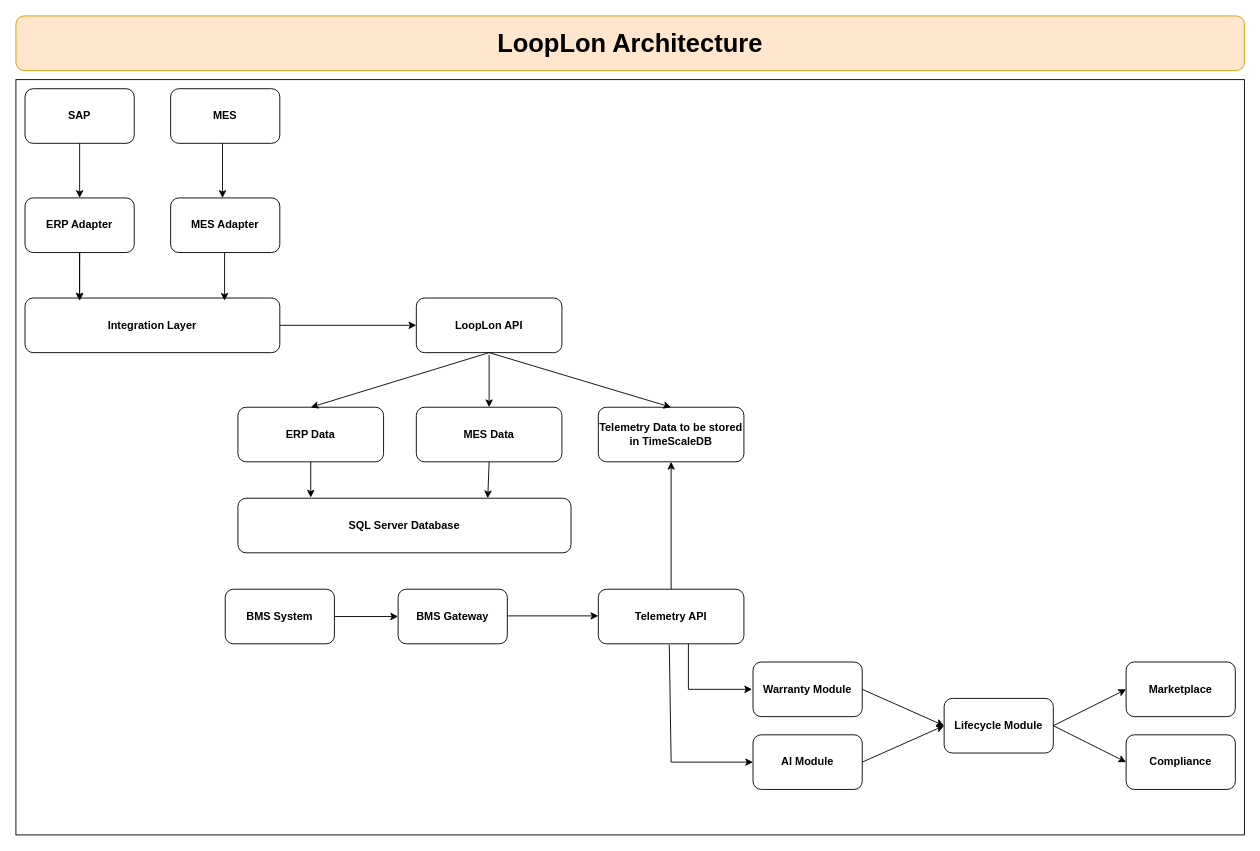
Before: page "Architecture" (1 of 2) of Documents/Architecture.drawio in subroroy193-sys/LoopIon, a draw.io diagram. Source tidied: cells renumbered, new cells numbered last; positions are measured from the earlier drawing's top-left corner, leaving out a move shared by most shapes. Both pictures are drawn from the tidied source at 91%, with x=0, y=0 at pixel (15, 15).
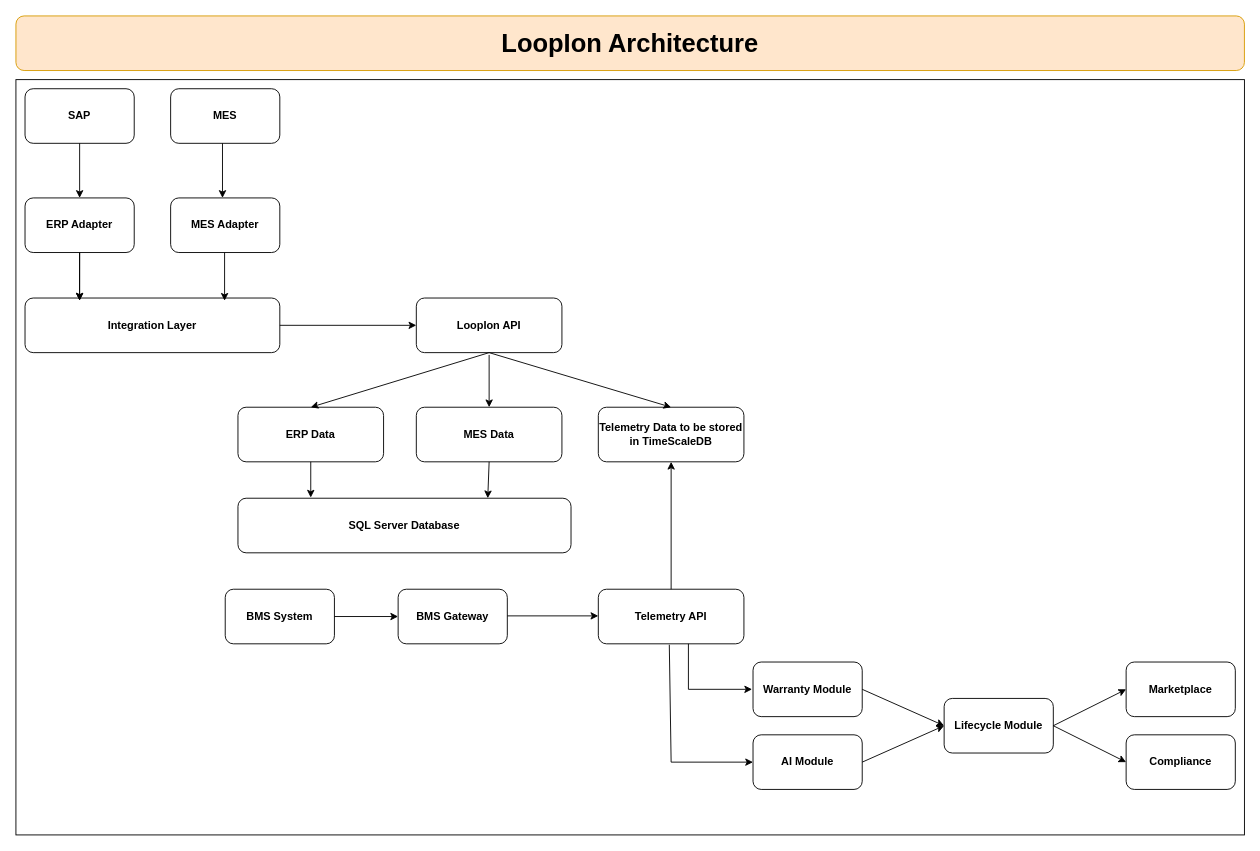
The same page after the edit.

Commit message (it also covers changes not shown here):
Change name from LoopLon to LoopIon

What changed in the source:
```diff
@@
-    <mxCell id="2" value="&lt;b&gt;&lt;font style=&quot;font-size: 28px;&quot;&gt;LoopLon Architecture&lt;/font&gt;&lt;/b&gt;" style="rounded=1;whiteSpace=wrap;html=1;fillColor=#ffe6cc;strokeColor=#d79b00;" parent="1" vertex="1">
+    <mxCell id="2" value="&lt;b&gt;&lt;font style=&quot;font-size: 28px;&quot;&gt;LoopIon Architecture&lt;/font&gt;&lt;/b&gt;" style="rounded=1;whiteSpace=wrap;html=1;fillColor=#ffe6cc;strokeColor=#d79b00;" parent="1" vertex="1">
       <mxGeometry width="1350" height="60" as="geometry" />
     </mxCell>
@@
-    <mxCell id="14" value="&lt;b&gt;LoopLon API&lt;/b&gt;" style="rounded=1;whiteSpace=wrap;html=1;" parent="1" vertex="1">
+    <mxCell id="14" value="&lt;b&gt;LoopIon API&lt;/b&gt;" style="rounded=1;whiteSpace=wrap;html=1;" parent="1" vertex="1">
       <mxGeometry x="440" y="310" width="160" height="60" as="geometry" />
     </mxCell>
```
